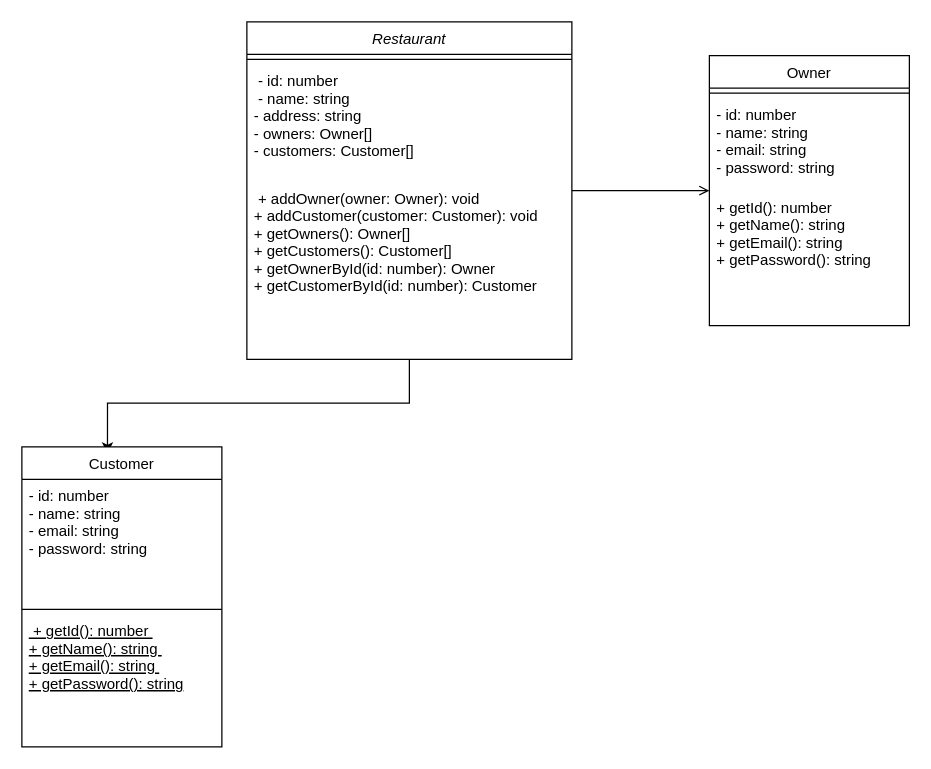
This is src/Untitled Diagram.drawio from Sumit-pan/restaurant-app, a draw.io file, before an edit. Source tidied: cells renumbered, new cells numbered last; positions are measured from the earlier drawing's top-left corner, leaving out a move shared by most shapes. Both pictures are drawn from the tidied source at 125%, with x=0, y=0 at pixel (21, 21).
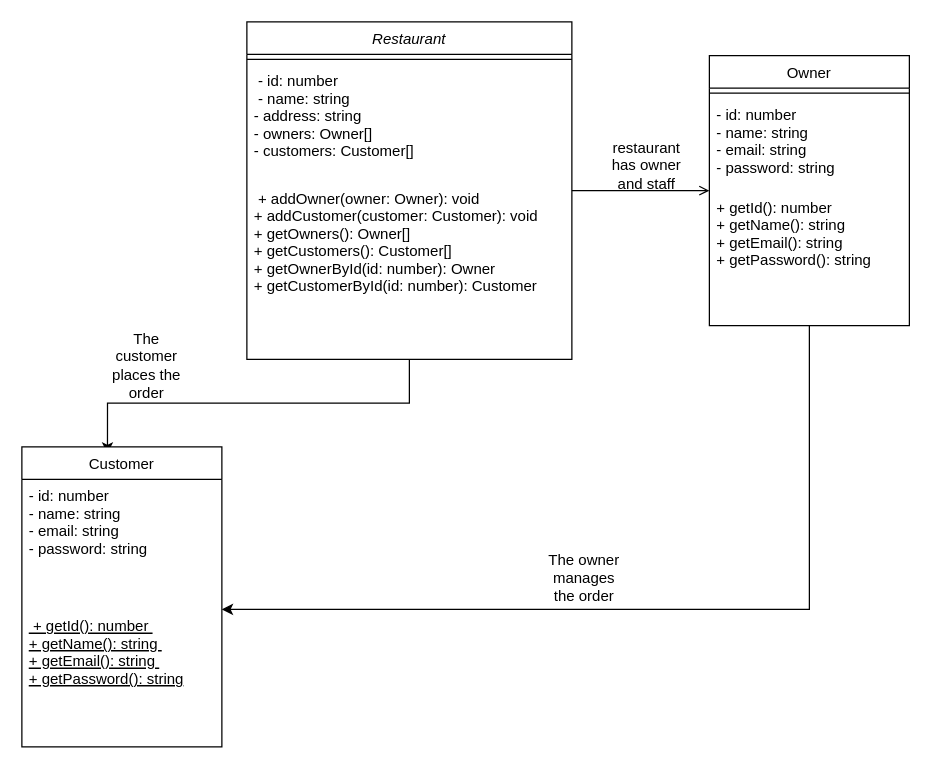
The same diagram, later.

The change refers to these unchanged cells:
```xml
<mxCell id="7" value="Customer" style="swimlane;fontStyle=0;align=center;verticalAlign=top;horizontal=1;startSize=26;rounded=0;shadow=0;strokeWidth=1;" parent="1" vertex="1">
  <mxGeometry y="340" width="160" height="240" as="geometry" />
</mxCell>
<mxCell id="11" value="Owner" style="swimlane;fontStyle=0;align=center;verticalAlign=top;horizontal=1;startSize=26;rounded=0;shadow=0;strokeWidth=1;" parent="1" vertex="1">
  <mxGeometry x="550" y="27" width="160" height="216" as="geometry" />
</mxCell>
```

Change to the diagram source:
```diff
@@
     <mxCell id="8" value="- id: number &#10;- name: string &#10;- email: string &#10;- password: string" style="text;align=left;verticalAlign=top;spacingLeft=4;spacingRight=4;overflow=hidden;" parent="7" vertex="1">
-      <mxGeometry y="26" width="160" height="100" as="geometry" />
+      <mxGeometry y="26" width="160" height="104" as="geometry" />
     </mxCell>
-    <mxCell id="9" style="line;html=1;strokeWidth=1;align=left;verticalAlign=middle;spacingTop=-1;spacingLeft=3;spacingRight=3;labelPosition=right;" parent="7" vertex="1">
-      <mxGeometry y="126" width="160" height="8" as="geometry" />
-    </mxCell>
     <mxCell id="10" value=" + getId(): number &#10;+ getName(): string &#10;+ getEmail(): string &#10;+ getPassword(): string" style="text;align=left;verticalAlign=top;spacingLeft=4;spacingRight=4;overflow=hidden;fontStyle=4;" parent="7" vertex="1">
-      <mxGeometry y="134" width="160" height="92" as="geometry" />
+      <mxGeometry y="130" width="160" height="92" as="geometry" />
     </mxCell>
+    <mxCell id="16" style="rounded=0;jettySize=auto;html=1;exitX=0.5;exitY=1;exitDx=0;exitDy=0;" parent="1" edge="1" source="11">
+      <mxGeometry relative="1" as="geometry">
+        <mxPoint x="160" y="470" as="targetPoint" />
+        <Array as="points">
+          <mxPoint x="630" y="470" />
+        </Array>
+      </mxGeometry>
+    </mxCell>
@@
+    <mxCell id="17" value="restaurant has owner and staff" style="text;html=1;strokeColor=none;fillColor=none;align=center;verticalAlign=middle;whiteSpace=wrap;rounded=0;" parent="1" vertex="1">
+      <mxGeometry x="470" y="100" width="60" height="30" as="geometry" />
+    </mxCell>
+    <mxCell id="18" value="The customer places the order" style="text;html=1;strokeColor=none;fillColor=none;align=center;verticalAlign=middle;whiteSpace=wrap;rounded=0;" parent="1" vertex="1">
+      <mxGeometry x="70" y="260" width="60" height="30" as="geometry" />
+    </mxCell>
+    <mxCell id="19" value="The owner manages the order&lt;br&gt;" style="text;html=1;strokeColor=none;fillColor=none;align=center;verticalAlign=middle;whiteSpace=wrap;rounded=0;" parent="1" vertex="1">
+      <mxGeometry x="420" y="430" width="60" height="30" as="geometry" />
+    </mxCell>
```
